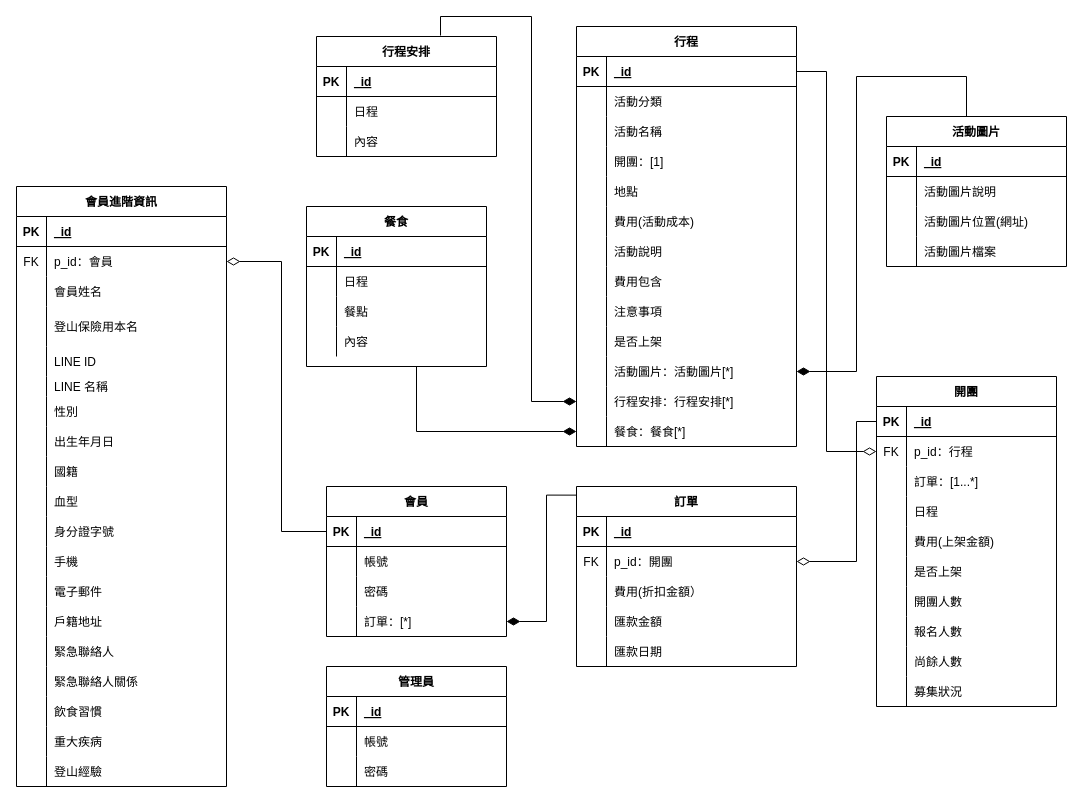
Earlier version of the draw.io diagram Untitled Diagram.drawio (Yizi-Yeh/MT-Databaseplanning). Source tidied: cells renumbered, new cells numbered last; positions are measured from the earlier drawing's top-left corner, leaving out a move shared by most shapes. Both pictures are drawn from the tidied source at 100%, with x=0, y=0 at pixel (16, 26).
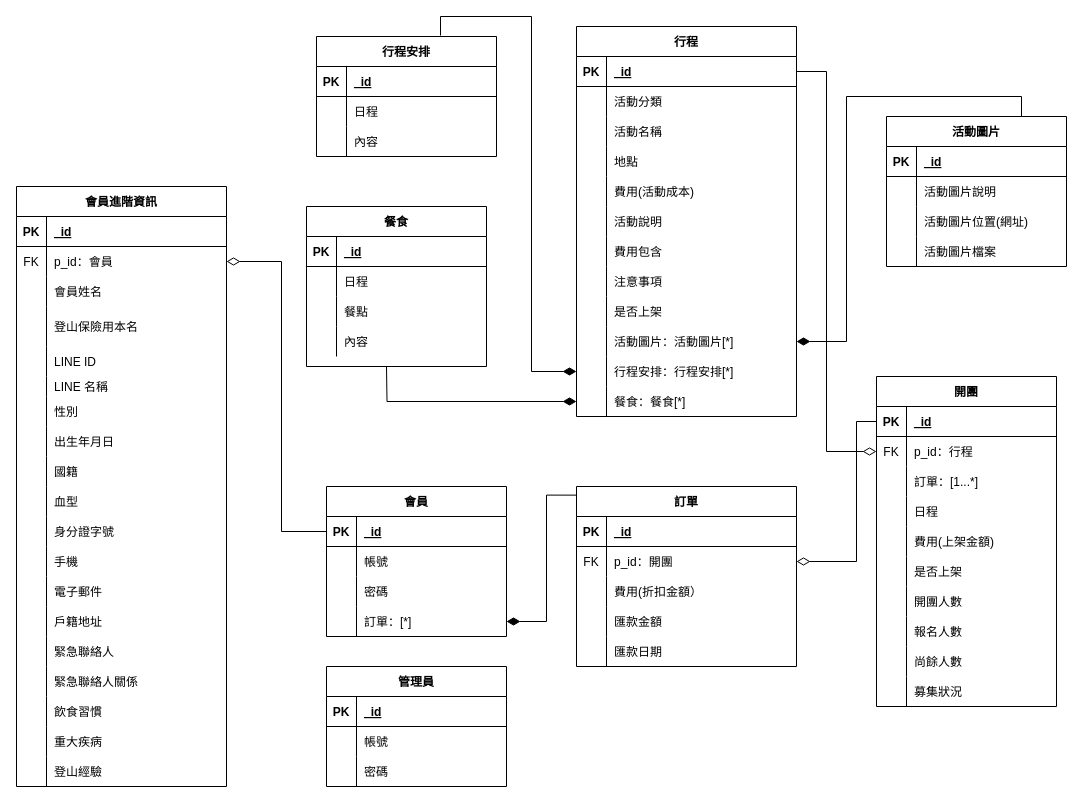
After the change.

Unchanged cells that the change refers to:
```xml
<mxCell id="73" value="行程安排" style="shape=table;startSize=30;childLayout=tableLayout;rowLines=0;fontStyle=1;align=center;fillColor=none;" parent="1" vertex="1">
  <mxGeometry x="300" y="10" width="180" height="120" as="geometry" />
</mxCell>
<mxCell id="96" value="活動圖片" style="shape=table;startSize=30;childLayout=tableLayout;rowLines=0;fontStyle=1;align=center;fillColor=none;" parent="1" vertex="1">
  <mxGeometry x="870" y="90" width="180" height="150" as="geometry" />
</mxCell>
```

Diff of the diagram source:
```diff
@@
     <mxCell id="2" value="行程" style="shape=table;startSize=30;childLayout=tableLayout;rowLines=0;fontStyle=1;align=center;" parent="1" vertex="1">
-      <mxGeometry x="560" width="220" height="420" as="geometry" />
+      <mxGeometry x="560" width="220" height="390" as="geometry" />
     </mxCell>
@@
-    <mxCell id="12" style="shape=partialRectangle;fillColor=none;top=0;left=0;bottom=0;right=0;" parent="2" vertex="1">
-      <mxGeometry y="120" width="220" height="30" as="geometry" />
-    </mxCell>
-    <mxCell id="13" style="shape=partialRectangle;fillColor=none;top=0;left=0;bottom=0;right=0;overflow=hidden;" parent="12" vertex="1">
-      <mxGeometry width="30" height="30" as="geometry" />
-    </mxCell>
-    <mxCell id="14" value="開團：[1]" style="shape=partialRectangle;fillColor=none;top=0;left=0;bottom=0;right=0;align=left;spacingLeft=6;overflow=hidden;" parent="12" vertex="1">
-      <mxGeometry x="30" width="190" height="30" as="geometry" />
-    </mxCell>
     <mxCell id="15" style="shape=partialRectangle;fillColor=none;top=0;left=0;bottom=0;right=0;" parent="2" vertex="1">
-      <mxGeometry y="150" width="220" height="30" as="geometry" />
+      <mxGeometry y="120" width="220" height="30" as="geometry" />
     </mxCell>
@@
     <mxCell id="18" style="shape=partialRectangle;fillColor=none;top=0;left=0;bottom=0;right=0;" parent="2" vertex="1">
-      <mxGeometry y="180" width="220" height="30" as="geometry" />
+      <mxGeometry y="150" width="220" height="30" as="geometry" />
     </mxCell>
@@
     <mxCell id="21" style="shape=partialRectangle;fillColor=none;top=0;left=0;bottom=0;right=0;" parent="2" vertex="1">
-      <mxGeometry y="210" width="220" height="30" as="geometry" />
+      <mxGeometry y="180" width="220" height="30" as="geometry" />
     </mxCell>
@@
     <mxCell id="24" style="shape=partialRectangle;fillColor=none;top=0;left=0;bottom=0;right=0;" parent="2" vertex="1">
-      <mxGeometry y="240" width="220" height="30" as="geometry" />
+      <mxGeometry y="210" width="220" height="30" as="geometry" />
     </mxCell>
@@
     <mxCell id="27" style="shape=partialRectangle;fillColor=none;top=0;left=0;bottom=0;right=0;" parent="2" vertex="1">
-      <mxGeometry y="270" width="220" height="30" as="geometry" />
+      <mxGeometry y="240" width="220" height="30" as="geometry" />
     </mxCell>
@@
     <mxCell id="30" style="shape=partialRectangle;fillColor=none;top=0;left=0;bottom=0;right=0;" parent="2" vertex="1">
-      <mxGeometry y="300" width="220" height="30" as="geometry" />
+      <mxGeometry y="270" width="220" height="30" as="geometry" />
     </mxCell>
@@
     <mxCell id="33" style="shape=partialRectangle;fillColor=none;top=0;left=0;bottom=0;right=0;points=[[0,0.5],[1,0.5]];portConstraint=eastwest;" parent="2" vertex="1">
-      <mxGeometry y="330" width="220" height="30" as="geometry" />
+      <mxGeometry y="300" width="220" height="30" as="geometry" />
     </mxCell>
@@
     <mxCell id="36" style="shape=partialRectangle;fillColor=none;top=0;left=0;bottom=0;right=0;points=[[0,0.5],[1,0.5]];portConstraint=eastwest;" parent="2" vertex="1">
-      <mxGeometry y="360" width="220" height="30" as="geometry" />
+      <mxGeometry y="330" width="220" height="30" as="geometry" />
     </mxCell>
@@
     <mxCell id="39" style="shape=partialRectangle;fillColor=none;top=0;left=0;bottom=0;right=0;points=[[0,0.5],[1,0.5]];portConstraint=eastwest;" parent="2" vertex="1">
-      <mxGeometry y="390" width="220" height="30" as="geometry" />
+      <mxGeometry y="360" width="220" height="30" as="geometry" />
     </mxCell>
@@
+    <mxCell id="211" style="edgeStyle=orthogonalEdgeStyle;rounded=0;jumpSize=14;jettySize=auto;html=1;entryX=0.689;entryY=-0.008;entryDx=0;entryDy=0;entryPerimeter=0;startArrow=diamondThin;startFill=1;startSize=11;sourcePerimeterSpacing=9;endArrow=none;endFill=0;endSize=11;targetPerimeterSpacing=13;strokeWidth=1;exitX=0;exitY=0.5;exitDx=0;exitDy=0;" parent="1" edge="1" source="36" target="73">
+      <mxGeometry relative="1" as="geometry" />
+    </mxCell>
+    <mxCell id="213" style="edgeStyle=orthogonalEdgeStyle;rounded=0;jumpSize=14;jettySize=auto;html=1;startArrow=diamondThin;startFill=1;startSize=11;sourcePerimeterSpacing=9;endArrow=none;endFill=0;endSize=11;targetPerimeterSpacing=13;strokeWidth=1;exitX=0;exitY=0.5;exitDx=0;exitDy=0;" parent="1" edge="1" source="39">
+      <mxGeometry relative="1" as="geometry">
+        <mxPoint x="370" y="340" as="targetPoint" />
+      </mxGeometry>
+    </mxCell>
-    <mxCell id="210" style="edgeStyle=orthogonalEdgeStyle;rounded=0;jumpSize=14;jettySize=auto;html=1;entryX=0.5;entryY=0;entryDx=0;entryDy=0;startArrow=diamondThin;startFill=1;startSize=11;sourcePerimeterSpacing=9;endArrow=none;endFill=0;endSize=11;targetPerimeterSpacing=13;strokeWidth=1;exitX=1;exitY=0.5;exitDx=0;exitDy=0;" parent="1" edge="1" source="33" target="96">
-      <mxGeometry relative="1" as="geometry">
-        <Array as="points">
-          <mxPoint x="840" y="345" />
-          <mxPoint x="840" y="50" />
-          <mxPoint x="950" y="50" />
-        </Array>
-      </mxGeometry>
+    <mxCell id="210" style="edgeStyle=orthogonalEdgeStyle;rounded=0;jumpSize=14;jettySize=auto;html=1;entryX=0.75;entryY=0;entryDx=0;entryDy=0;startArrow=diamondThin;startFill=1;startSize=11;sourcePerimeterSpacing=9;endArrow=none;endFill=0;endSize=11;targetPerimeterSpacing=13;strokeWidth=1;exitX=1;exitY=0.5;exitDx=0;exitDy=0;" parent="1" edge="1" source="33" target="96">
+      <mxGeometry relative="1" as="geometry" />
     </mxCell>
-    <mxCell id="211" style="edgeStyle=orthogonalEdgeStyle;rounded=0;jumpSize=14;jettySize=auto;html=1;entryX=0.689;entryY=-0.008;entryDx=0;entryDy=0;entryPerimeter=0;startArrow=diamondThin;startFill=1;startSize=11;sourcePerimeterSpacing=9;endArrow=none;endFill=0;endSize=11;targetPerimeterSpacing=13;strokeWidth=1;exitX=0;exitY=0.5;exitDx=0;exitDy=0;" parent="1" edge="1" source="36" target="73">
-      <mxGeometry relative="1" as="geometry" />
-    </mxCell>
-    <mxCell id="212" style="edgeStyle=orthogonalEdgeStyle;rounded=0;jumpSize=14;jettySize=auto;html=1;exitX=0;exitY=0.5;exitDx=0;exitDy=0;startArrow=diamondThin;startFill=1;startSize=11;sourcePerimeterSpacing=9;endArrow=none;endFill=0;endSize=11;targetPerimeterSpacing=13;strokeWidth=1;" parent="1" edge="1" source="39">
-      <mxGeometry relative="1" as="geometry">
-        <mxPoint x="400" y="340" as="targetPoint" />
-        <Array as="points">
-          <mxPoint x="400" y="405" />
-        </Array>
-      </mxGeometry>
-    </mxCell>
```
